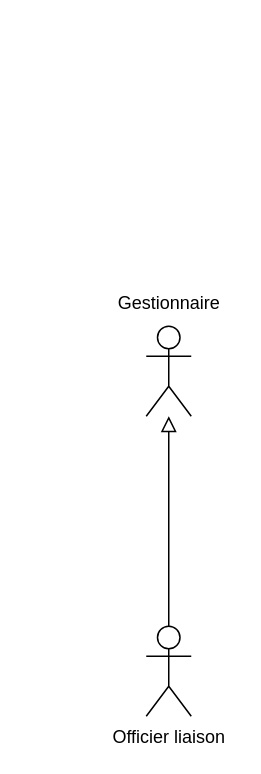
The draw.io diagram Diagramme COCAN.drawio in kbvac/Diagramme-UML, before the edit. Source tidied: cells renumbered, new cells numbered last; positions are measured from the earlier drawing's top-left corner, leaving out a move shared by most shapes. Both pictures are drawn from the tidied source at 150%, with x=0, y=0 at pixel (100, 280).
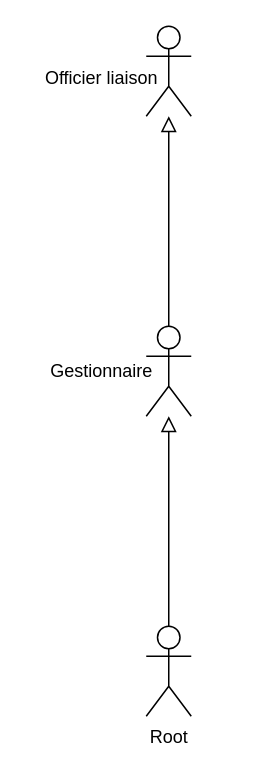
Above is the later version.

Commit message (it also covers changes not shown here):
Mettre à jour Diagramme COCAN.drawio

The edit, as a diff of the source:
```diff
@@
 <mxGraphModel>
   <root>
     <mxCell id="0" />
     <mxCell id="1" parent="0" />
     <mxCell id="2" style="shape=umlActor;verticalLabelPosition=bottom;verticalAlign=top;html=1;" parent="1" vertex="1">
       <mxGeometry x="30" y="30" width="30" height="60" as="geometry" />
     </mxCell>
-    <mxCell id="3" value="Officier liaison" style="shape=umlActor;verticalLabelPosition=bottom;verticalAlign=top;html=1;" parent="1" vertex="1">
+    <mxCell id="3" value="Root" style="shape=umlActor;verticalLabelPosition=bottom;verticalAlign=top;html=1;" parent="1" vertex="1">
       <mxGeometry x="30" y="230" width="30" height="60" as="geometry" />
     </mxCell>
     <mxCell id="4" style="endArrow=block;html=1;rounded=0;align=center;verticalAlign=bottom;endFill=0;labelBackgroundColor=none;endSize=8;" parent="1" edge="1" source="3" target="2">
       <mxGeometry relative="1" as="geometry" />
     </mxCell>
     <mxCell id="5" style="html=1;align=center;verticalAlign=top;labelBackgroundColor=none;" parent="4" vertex="1">
       <mxGeometry relative="1" as="geometry" />
     </mxCell>
     <mxCell id="6" value="Gestionnaire" style="text;html=1;align=center;verticalAlign=middle;strokeColor=none;fillColor=none;" parent="1" vertex="1">
-      <mxGeometry width="90" height="30" as="geometry" />
+      <mxGeometry x="-45" y="45" width="90" height="30" as="geometry" />
     </mxCell>
+    <mxCell id="7" style="shape=umlActor;verticalLabelPosition=bottom;verticalAlign=top;html=1;" parent="1" vertex="1">
+      <mxGeometry x="30" y="-170" width="30" height="60" as="geometry" />
+    </mxCell>
+    <mxCell id="8" value="Officier liaison" style="text;html=1;align=center;verticalAlign=middle;strokeColor=none;fillColor=none;" parent="1" vertex="1">
+      <mxGeometry x="-50" y="-150" width="100" height="30" as="geometry" />
+    </mxCell>
+    <mxCell id="9" style="endArrow=block;html=1;rounded=0;align=center;verticalAlign=bottom;endFill=0;labelBackgroundColor=none;endSize=8;" parent="1" edge="1" source="2" target="7">
+      <mxGeometry relative="1" as="geometry" />
+    </mxCell>
+    <mxCell id="10" style="html=1;align=center;verticalAlign=top;labelBackgroundColor=none;" parent="9" vertex="1">
+      <mxGeometry relative="1" as="geometry" />
+    </mxCell>
   </root>
 </mxGraphModel>
```
